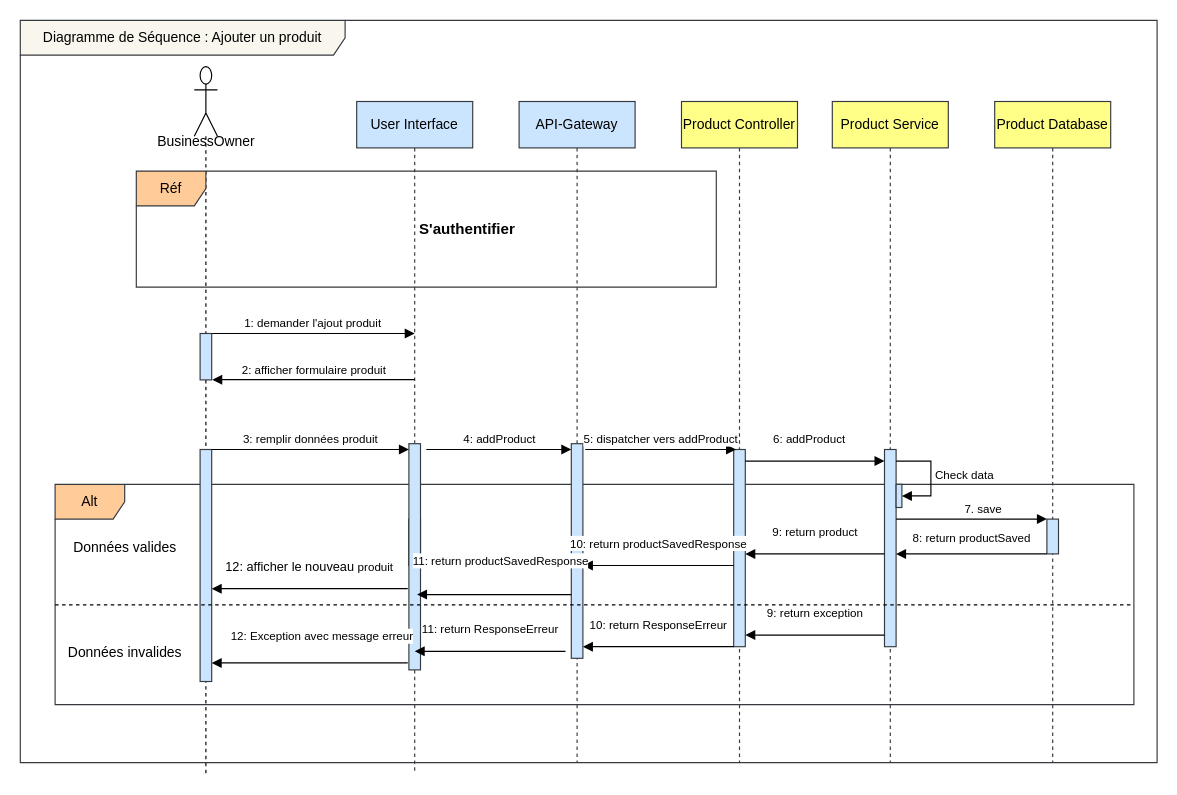
Before: ajouter-produit.drawio in amine-elarass49/angular_doc, a draw.io diagram. Source tidied: cells renumbered, new cells numbered last; positions are measured from the earlier drawing's top-left corner, leaving out a move shared by most shapes. Both pictures are drawn from the tidied source at 116%, with x=0, y=0 at pixel (20, 20).
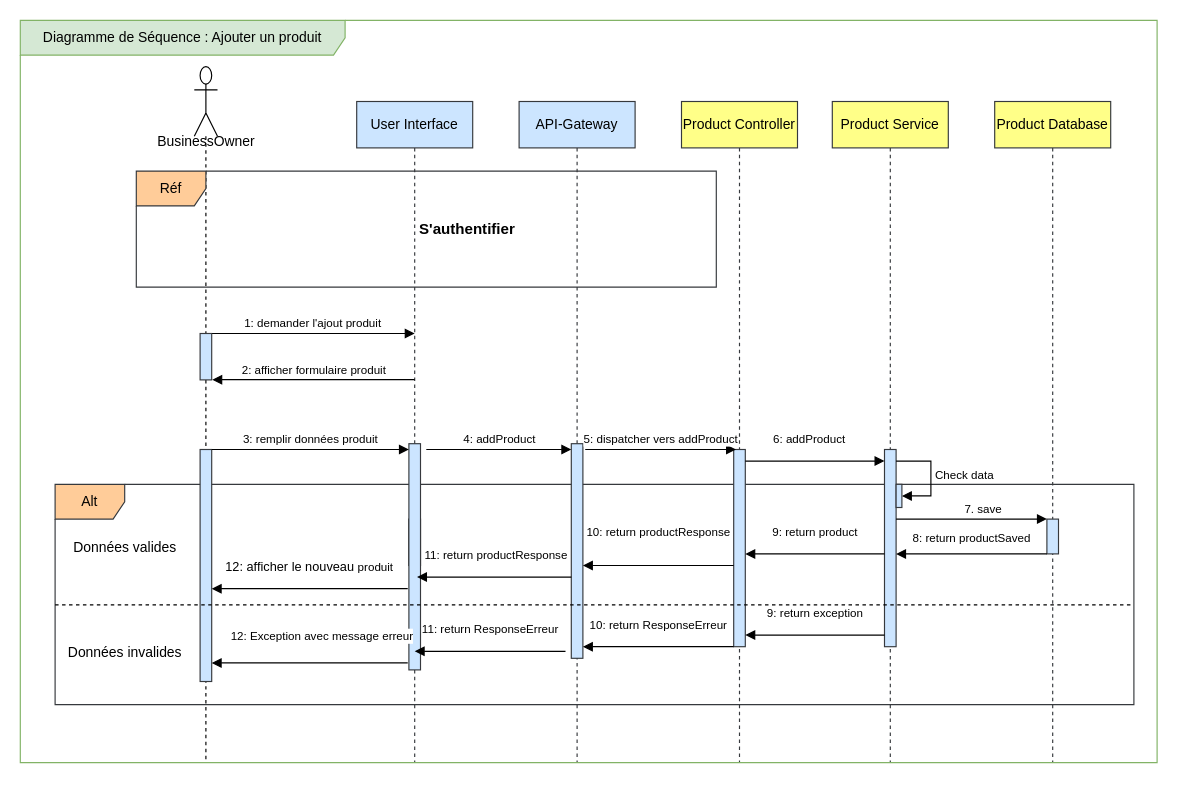
The same diagram, later.

Unchanged cells that the change refers to:
```xml
<mxCell id="5" style="html=1;points=[[0,0,0,0,5],[0,1,0,0,-5],[1,0,0,0,5],[1,1,0,0,-5]];perimeter=orthogonalPerimeter;outlineConnect=0;targetShapes=umlLifeline;portConstraint=eastwest;newEdgeStyle={&quot;curved&quot;:0,&quot;rounded&quot;:0};fillColor=#cce5ff;strokeColor=#36393d;" parent="3" vertex="1">
  <mxGeometry x="5" y="330" width="10" height="200" as="geometry" />
</mxCell>
<mxCell id="8" style="html=1;points=[[0,0,0,0,5],[0,1,0,0,-5],[1,0,0,0,5],[1,1,0,0,-5]];perimeter=orthogonalPerimeter;outlineConnect=0;targetShapes=umlLifeline;portConstraint=eastwest;newEdgeStyle={&quot;curved&quot;:0,&quot;rounded&quot;:0};fillColor=#cce5ff;strokeColor=#36393d;" parent="6" vertex="1">
  <mxGeometry x="45" y="295" width="10" height="195" as="geometry" />
</mxCell>
<mxCell id="10" style="html=1;points=[[0,0,0,0,5],[0,1,0,0,-5],[1,0,0,0,5],[1,1,0,0,-5]];perimeter=orthogonalPerimeter;outlineConnect=0;targetShapes=umlLifeline;portConstraint=eastwest;newEdgeStyle={&quot;curved&quot;:0,&quot;rounded&quot;:0};fillColor=#cce5ff;strokeColor=#36393d;" parent="9" vertex="1">
  <mxGeometry x="45" y="295" width="10" height="185" as="geometry" />
</mxCell>
```

The edit, as a diff of the source:
```diff
@@
     <mxCell id="3" style="shape=umlLifeline;perimeter=lifelinePerimeter;whiteSpace=wrap;html=1;newEdgeStyle={&quot;curved&quot;:0,&quot;rounded&quot;:0};participant=umlActor;size=60;" parent="1" vertex="1">
-      <mxGeometry x="150" y="40" width="20" height="610" as="geometry" />
+      <mxGeometry x="150" y="40" width="20" height="600" as="geometry" />
     </mxCell>
@@
     <mxCell id="6" value="User Interface" style="shape=umlLifeline;perimeter=lifelinePerimeter;whiteSpace=wrap;html=1;newEdgeStyle={&quot;curved&quot;:0,&quot;rounded&quot;:0};fillColor=#cce5ff;strokeColor=#36393d;" parent="1" vertex="1">
-      <mxGeometry x="290" y="70" width="100" height="580" as="geometry" />
+      <mxGeometry x="290" y="70" width="100" height="570" as="geometry" />
     </mxCell>
@@
-    <mxCell id="30" value="&lt;font style=&quot;font-size: 10px;&quot;&gt;10: return&amp;nbsp;&lt;/font&gt;&lt;font style=&quot;font-size: 10px;&quot;&gt;product&lt;/font&gt;&lt;font style=&quot;font-size: 10px;&quot;&gt;SavedResponse&lt;/font&gt;" style="html=1;verticalAlign=bottom;endArrow=block;rounded=0;" parent="1" edge="1">
-      <mxGeometry y="-10" relative="1" as="geometry">
+    <mxCell id="30" value="&lt;font style=&quot;font-size: 10px;&quot;&gt;10: return&amp;nbsp;&lt;/font&gt;&lt;font style=&quot;font-size: 10px;&quot;&gt;product&lt;/font&gt;&lt;font style=&quot;font-size: 10px;&quot;&gt;Response&lt;/font&gt;" style="html=1;verticalAlign=bottom;endArrow=block;rounded=0;" parent="1" edge="1">
+      <mxGeometry y="-20" relative="1" as="geometry">
         <mxPoint x="615" y="470" as="sourcePoint" />
         <mxPoint x="485" y="470" as="targetPoint" />
       </mxGeometry>
     </mxCell>
-    <mxCell id="31" value="&lt;font style=&quot;font-size: 10px;&quot;&gt;11: return productSavedResponse&lt;/font&gt;" style="html=1;verticalAlign=bottom;endArrow=block;rounded=0;entryX=0.705;entryY=0.667;entryDx=0;entryDy=0;entryPerimeter=0;" parent="1" edge="1" source="10" target="8">
-      <mxGeometry x="-0.08" y="-20" relative="1" as="geometry" />
+    <mxCell id="31" value="&lt;font style=&quot;font-size: 10px;&quot;&gt;11: return productResponse&lt;/font&gt;" style="html=1;verticalAlign=bottom;endArrow=block;rounded=0;entryX=0.705;entryY=0.667;entryDx=0;entryDy=0;entryPerimeter=0;" parent="1" edge="1">
+      <mxGeometry x="-0.02" y="-10" relative="1" as="geometry">
+        <mxPoint x="475" y="480" as="sourcePoint" />
+        <mxPoint x="342" y="480" as="targetPoint" />
+      </mxGeometry>
     </mxCell>
-    <mxCell id="32" value="12: afficher le nouveau &lt;font style=&quot;font-size: 10px;&quot;&gt;produit&lt;/font&gt;" style="html=1;verticalAlign=bottom;endArrow=block;rounded=0;" parent="1" edge="1" target="5">
+    <mxCell id="32" value="12: afficher le nouveau &lt;font style=&quot;font-size: 10px;&quot;&gt;produit&lt;/font&gt;" style="html=1;verticalAlign=bottom;endArrow=block;rounded=0;jumpSize=3;" parent="1" edge="1" target="5">
       <mxGeometry y="-10" relative="1" as="geometry">
         <mxPoint x="334" y="490" as="sourcePoint" />
       </mxGeometry>
     </mxCell>
@@
-    <mxCell id="40" value="Diagramme de Séquence : Ajouter un produit" style="shape=umlFrame;whiteSpace=wrap;html=1;width=280;height=30;fillColor=#f9f7ed;strokeColor=#36393d;" parent="1" vertex="1">
+    <mxCell id="40" value="Diagramme de Séquence : Ajouter un produit" style="shape=umlFrame;whiteSpace=wrap;html=1;width=280;height=30;fillColor=#d5e8d4;strokeColor=#82b366;" parent="1" vertex="1">
       <mxGeometry width="980" height="640" as="geometry" />
     </mxCell>
```
